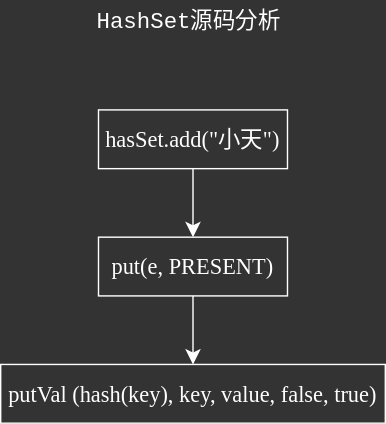
Stolorzs/Picgo keeps this draw.io diagram as drawio/HashSetSrc.svg. Above is the earlier version. Source tidied: cells renumbered, new cells last; positions are measured from the earlier drawing's top-left corner, leaving out a move shared by most shapes.
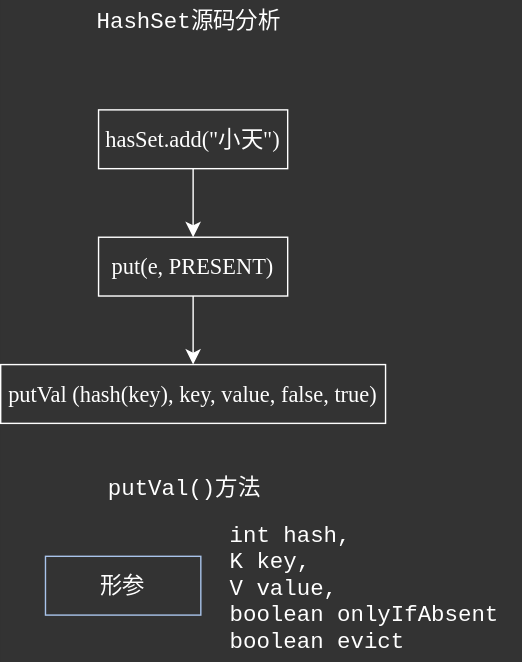
Later version of the same file.

What changed in the source:
```diff
@@ -20,5 +20,14 @@
     <mxCell id="7" value="putVal (hash(key), key, value, false, true)" style="whiteSpace=wrap;html=1;fontFamily=Times New Roman;fontSize=16;fontColor=#FFFFFF;labelBackgroundColor=none;strokeColor=#FFFFFF;fillColor=none;" parent="1" vertex="1">
       <mxGeometry y="260" width="275" height="42" as="geometry" />
     </mxCell>
+    <mxCell id="8" value="&lt;font size=&quot;3&quot; face=&quot;Courier New&quot; color=&quot;#ffffff&quot;&gt;&lt;span style=&quot;caret-color: rgb(255, 255, 255);&quot;&gt;putVal()方法&lt;/span&gt;&lt;/font&gt;" style="text;html=1;align=left;verticalAlign=middle;strokeColor=none;fillColor=none;fontSize=12;fontFamily=Helvetica;fontColor=default;labelBackgroundColor=none;" parent="1" vertex="1">
+      <mxGeometry x="75" y="334" width="127" height="31" as="geometry" />
+    </mxCell>
+    <mxCell id="9" value="形参" style="whiteSpace=wrap;html=1;fontFamily=Times New Roman;fontSize=16;fontColor=#FFFFFF;labelBackgroundColor=none;strokeColor=#A9C4EB;fillColor=none;" parent="1" vertex="1">
+      <mxGeometry x="32" y="397" width="111" height="42" as="geometry" />
+    </mxCell>
+    <mxCell id="10" value="&lt;font size=&quot;3&quot; face=&quot;Courier New&quot; color=&quot;#ffffff&quot;&gt;&lt;span style=&quot;caret-color: rgb(255, 255, 255);&quot;&gt;int hash,&lt;/span&gt;&lt;/font&gt;&lt;div&gt;&lt;font size=&quot;3&quot; face=&quot;Courier New&quot; color=&quot;#ffffff&quot;&gt;&lt;span style=&quot;caret-color: rgb(255, 255, 255);&quot;&gt;K key,&lt;/span&gt;&lt;/font&gt;&lt;/div&gt;&lt;div&gt;&lt;font size=&quot;3&quot; face=&quot;Courier New&quot; color=&quot;#ffffff&quot;&gt;&lt;span style=&quot;caret-color: rgb(255, 255, 255);&quot;&gt;V value,&amp;nbsp;&lt;/span&gt;&lt;/font&gt;&lt;/div&gt;&lt;div&gt;&lt;font size=&quot;3&quot; face=&quot;Courier New&quot; color=&quot;#ffffff&quot;&gt;&lt;span style=&quot;caret-color: rgb(255, 255, 255);&quot;&gt;boolean onlyIfAbsent&lt;/span&gt;&lt;/font&gt;&lt;/div&gt;&lt;div&gt;&lt;font size=&quot;3&quot; face=&quot;Courier New&quot; color=&quot;#ffffff&quot;&gt;&lt;span style=&quot;caret-color: rgb(255, 255, 255);&quot;&gt;boolean evict&lt;/span&gt;&lt;/font&gt;&lt;/div&gt;" style="text;html=1;align=left;verticalAlign=middle;strokeColor=none;fillColor=none;fontSize=12;fontFamily=Helvetica;fontColor=default;labelBackgroundColor=none;" parent="1" vertex="1">
+      <mxGeometry x="162" y="368" width="210" height="105" as="geometry" />
+    </mxCell>
   </root>
 </mxGraphModel>
```
